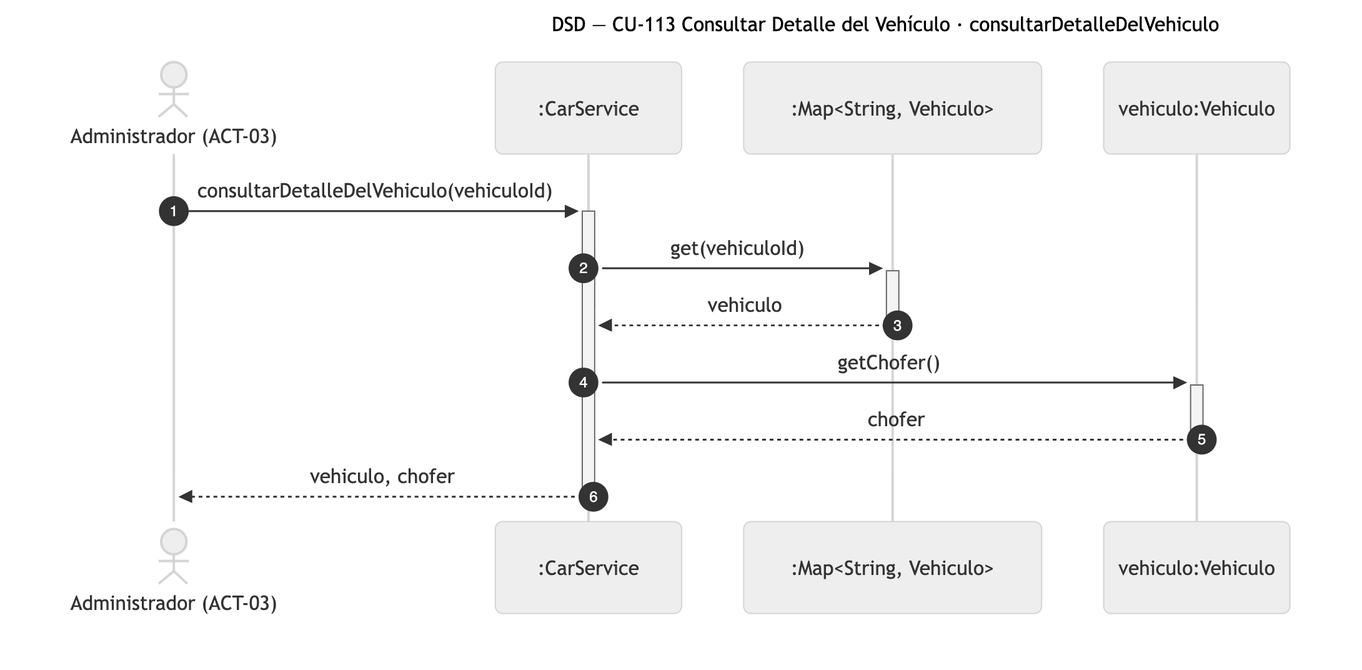
This is diagramas/png/DSD_CU-113_consultarDetalleDelVehiculo.png from Nahuelito-Dev/splg-docs, a Mermaid export, as it was before one commit. Its source is kept beside it as diagramas/DSD_CU-113_consultarDetalleDelVehiculo.mmd. The source it was exported from:
```mermaid
sequenceDiagram
    title DSD — CU-113 Consultar Detalle del Vehículo · consultarDetalleDelVehiculo
    autonumber
    actor ADM as Administrador (ACT-03)
    participant SRV as :CarService
    participant COL as :Map#lt;String, Vehiculo#gt;
    participant VEH as vehiculo:Vehiculo

    ADM->>+SRV: consultarDetalleDelVehiculo(vehiculoId)
    SRV->>+COL: get(vehiculoId)
    COL-->>-SRV: vehiculo
    SRV->>+VEH: getChofer()
    VEH-->>-SRV: chofer
    SRV-->>-ADM: vehiculo, chofer
```
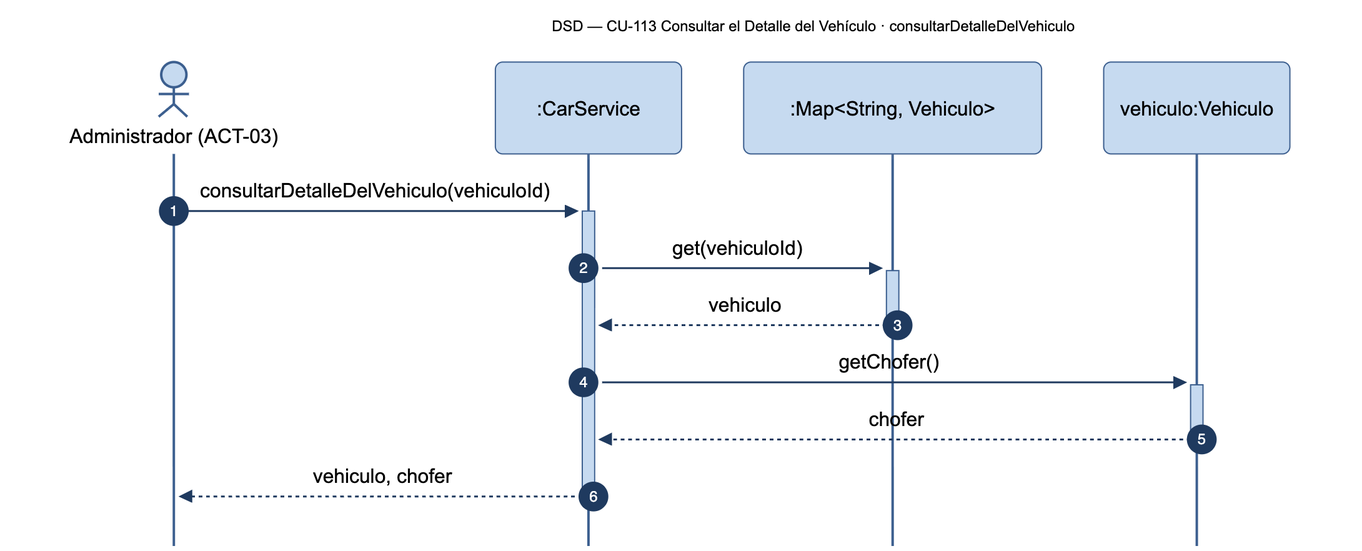
The same diagram one commit later.

What changed in the source:
```diff
@@ -1,5 +1,5 @@
 sequenceDiagram
-    title DSD — CU-113 Consultar Detalle del Vehículo · consultarDetalleDelVehiculo
+    title DSD — CU-113 Consultar el Detalle del Vehículo · consultarDetalleDelVehiculo
     autonumber
     actor ADM as Administrador (ACT-03)
     participant SRV as :CarService
```
